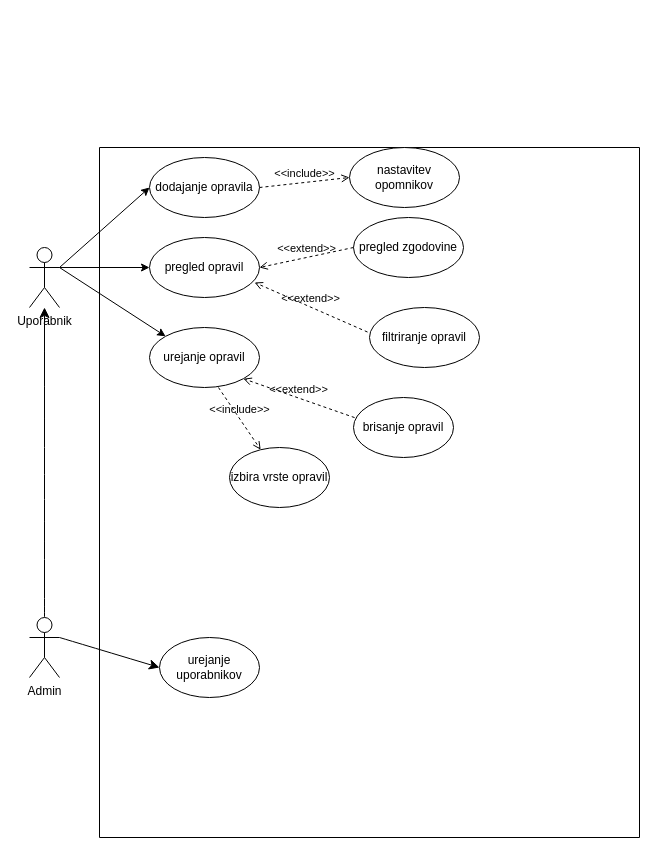
This is ToDoApp/data/DPU.drawio from jernejjerot/ZagotavljanjeKakovostiToDo, a draw.io file, before an edit. Source tidied: cells renumbered, new cells numbered last; positions are measured from the earlier drawing's top-left corner, leaving out a move shared by most shapes. Both pictures are drawn from the tidied source at 100%, with x=0, y=0 at pixel (29, 147).
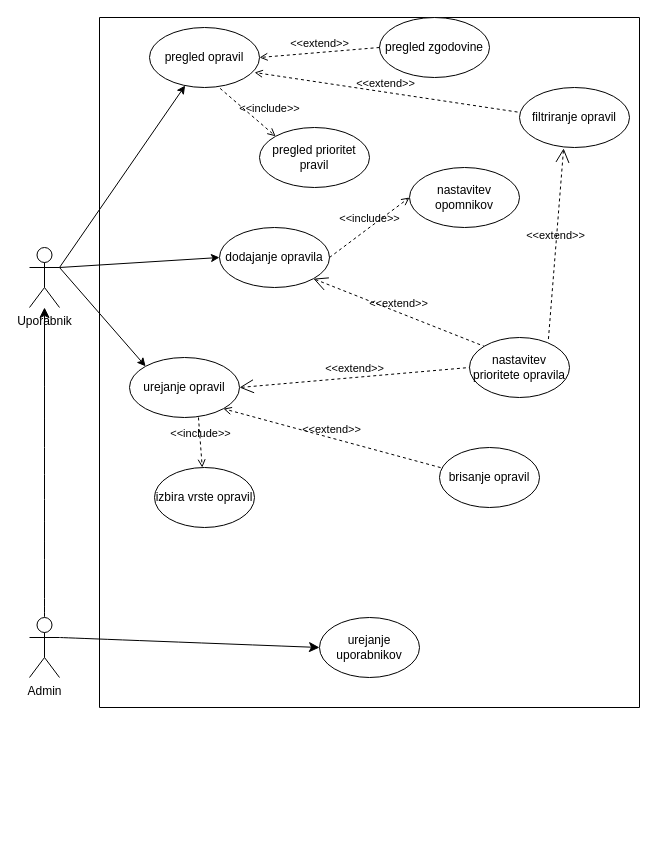
After the change.

Diff of the diagram source:
```diff
@@
     <mxCell id="2" style="swimlane;startSize=0;" parent="1" vertex="1">
-      <mxGeometry x="70" width="540" height="690" as="geometry" />
+      <mxGeometry x="70" y="-130" width="540" height="690" as="geometry" />
     </mxCell>
     <mxCell id="3" value="dodajanje opravila" style="ellipse;whiteSpace=wrap;html=1;" parent="2" vertex="1">
-      <mxGeometry x="50" y="10" width="110" height="60" as="geometry" />
+      <mxGeometry x="120" y="210" width="110" height="60" as="geometry" />
     </mxCell>
     <mxCell id="4" value="nastavitev opomnikov" style="ellipse;whiteSpace=wrap;html=1;" parent="2" vertex="1">
-      <mxGeometry x="250" width="110" height="60" as="geometry" />
+      <mxGeometry x="310" y="150" width="110" height="60" as="geometry" />
     </mxCell>
     <mxCell id="5" value="pregled opravil" style="ellipse;whiteSpace=wrap;html=1;" parent="2" vertex="1">
-      <mxGeometry x="50" y="90" width="110" height="60" as="geometry" />
+      <mxGeometry x="50" y="10" width="110" height="60" as="geometry" />
     </mxCell>
     <mxCell id="6" value="pregled zgodovine" style="ellipse;whiteSpace=wrap;html=1;" parent="2" vertex="1">
-      <mxGeometry x="254" y="70" width="110" height="60" as="geometry" />
+      <mxGeometry x="280" width="110" height="60" as="geometry" />
     </mxCell>
     <mxCell id="7" value="urejanje opravil" style="ellipse;whiteSpace=wrap;html=1;" parent="2" vertex="1">
-      <mxGeometry x="50" y="180" width="110" height="60" as="geometry" />
+      <mxGeometry x="30" y="340" width="110" height="60" as="geometry" />
     </mxCell>
     <mxCell id="8" value="filtriranje opravil" style="ellipse;whiteSpace=wrap;html=1;" parent="2" vertex="1">
-      <mxGeometry x="270" y="160" width="110" height="60" as="geometry" />
+      <mxGeometry x="420" y="70" width="110" height="60" as="geometry" />
     </mxCell>
@@
     <mxCell id="11" value="brisanje opravil" style="ellipse;whiteSpace=wrap;html=1;" parent="2" vertex="1">
-      <mxGeometry x="254" y="250" width="100" height="60" as="geometry" />
+      <mxGeometry x="340" y="430" width="100" height="60" as="geometry" />
     </mxCell>
@@
     <mxCell id="13" value="urejanje uporabnikov" style="ellipse;whiteSpace=wrap;html=1;" parent="2" vertex="1">
-      <mxGeometry x="60" y="490" width="100" height="60" as="geometry" />
+      <mxGeometry x="220" y="600" width="100" height="60" as="geometry" />
     </mxCell>
@@
     <mxCell id="15" value="izbira vrste opravil" style="ellipse;whiteSpace=wrap;html=1;" parent="2" vertex="1">
-      <mxGeometry x="130" y="300" width="100" height="60" as="geometry" />
+      <mxGeometry x="55" y="450" width="100" height="60" as="geometry" />
     </mxCell>
@@
+    <mxCell id="24" value="nastavitev prioritete opravila" style="ellipse;whiteSpace=wrap;html=1;" parent="2" vertex="1">
+      <mxGeometry x="370" y="320" width="100" height="60" as="geometry" />
+    </mxCell>
+    <mxCell id="25" value="&amp;lt;&amp;lt;extend&amp;gt;&amp;gt;" style="edgeStyle=none;html=1;startArrow=open;endArrow=none;startSize=12;verticalAlign=bottom;dashed=1;labelBackgroundColor=none;rounded=0;exitX=1;exitY=0.5;exitDx=0;exitDy=0;entryX=0;entryY=0.5;entryDx=0;entryDy=0;" parent="2" edge="1" source="7" target="24">
+      <mxGeometry relative="1" as="geometry" />
+    </mxCell>
+    <mxCell id="26" value="&amp;lt;&amp;lt;extend&amp;gt;&amp;gt;" style="edgeStyle=none;html=1;startArrow=open;endArrow=none;startSize=12;verticalAlign=bottom;dashed=1;labelBackgroundColor=none;rounded=0;exitX=1;exitY=1;exitDx=0;exitDy=0;entryX=0;entryY=0;entryDx=0;entryDy=0;" parent="2" edge="1" source="3" target="24">
+      <mxGeometry relative="1" as="geometry" />
+    </mxCell>
+    <mxCell id="27" value="&amp;lt;&amp;lt;extend&amp;gt;&amp;gt;" style="edgeStyle=none;html=1;startArrow=open;endArrow=none;startSize=12;verticalAlign=bottom;dashed=1;labelBackgroundColor=none;rounded=0;exitX=0.401;exitY=1.015;exitDx=0;exitDy=0;exitPerimeter=0;entryX=0.788;entryY=0.054;entryDx=0;entryDy=0;entryPerimeter=0;" parent="2" edge="1" source="8" target="24">
+      <mxGeometry relative="1" as="geometry" />
+    </mxCell>
+    <mxCell id="28" value="pregled prioritet pravil" style="ellipse;whiteSpace=wrap;html=1;" parent="2" vertex="1">
+      <mxGeometry x="160" y="110" width="110" height="60" as="geometry" />
+    </mxCell>
+    <mxCell id="29" value="&amp;lt;&amp;lt;include&amp;gt;&amp;gt;" style="html=1;verticalAlign=bottom;labelBackgroundColor=none;endArrow=open;endFill=0;dashed=1;rounded=0;exitX=0.642;exitY=1.015;exitDx=0;exitDy=0;exitPerimeter=0;entryX=0;entryY=0;entryDx=0;entryDy=0;" parent="2" edge="1" source="5" target="28">
+      <mxGeometry x="0.54" y="10" relative="1" as="geometry" />
+    </mxCell>
```
